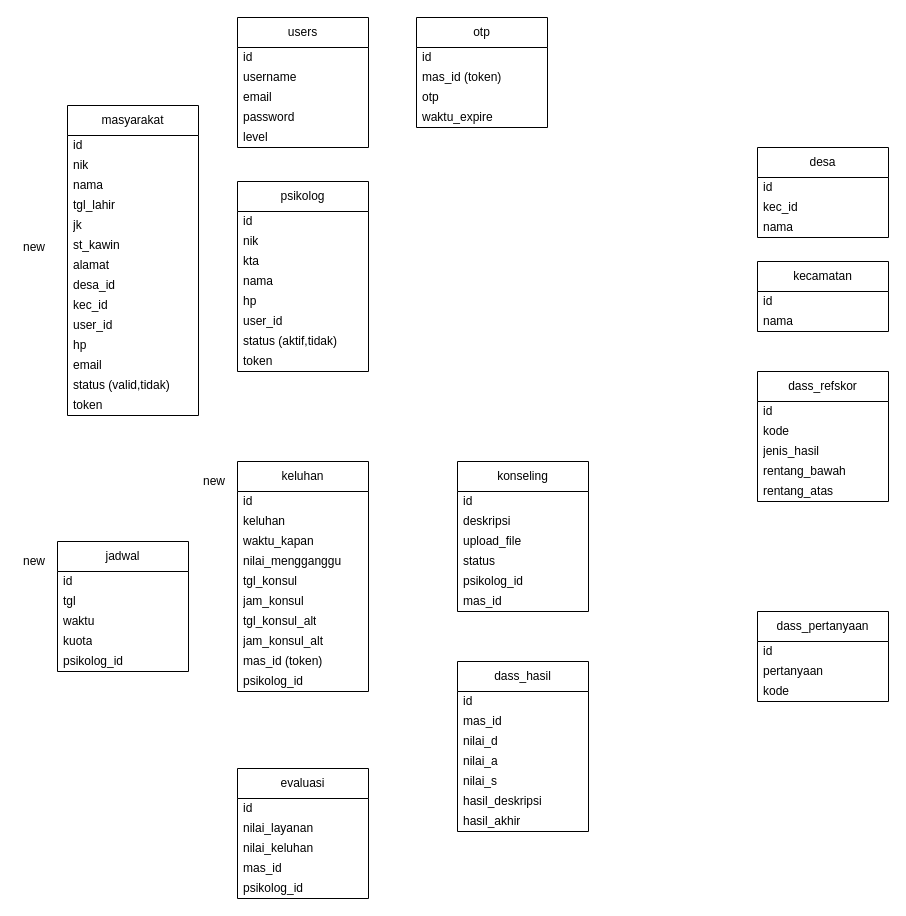
Above: env_designs/erd_dmb.drawio in zeneight/drawio (draw.io), before the change. Source tidied: cells renumbered, new cells numbered last; positions are measured from the earlier drawing's top-left corner, leaving out a move shared by most shapes. Both pictures are drawn from the tidied source at 100%, with x=0, y=0 at pixel (17, 17).
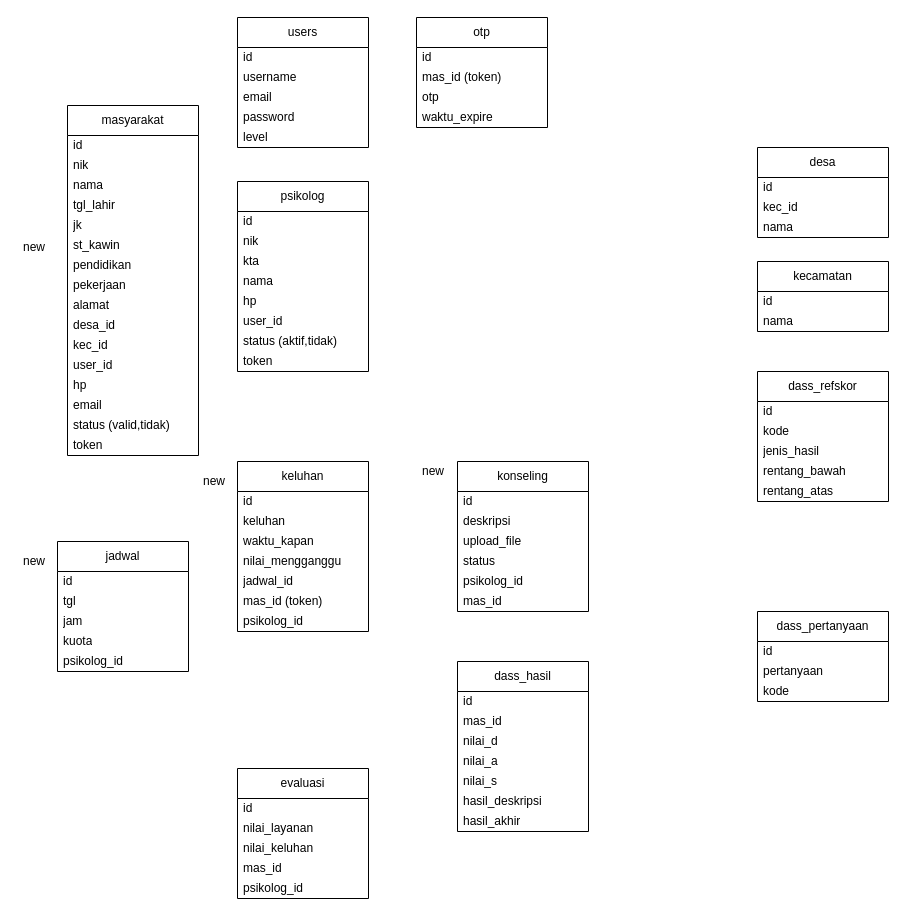
The same page after the edit.

Unchanged cells that the change refers to:
```xml
<mxCell id="32" value="jadwal" style="swimlane;fontStyle=0;horizontal=1;startSize=30;whiteSpace=wrap;html=1;" parent="1" vertex="1">
  <mxGeometry x="40" y="524" width="131" height="130" as="geometry" />
</mxCell>
```

What changed in the source:
```diff
@@
     <mxCell id="2" value="masyarakat" style="swimlane;fontStyle=0;horizontal=1;startSize=30;whiteSpace=wrap;html=1;" parent="1" vertex="1">
-      <mxGeometry x="50" y="88" width="131" height="310" as="geometry" />
+      <mxGeometry x="50" y="88" width="131" height="350" as="geometry" />
     </mxCell>
@@
+    <mxCell id="95" value="pendidikan" style="text;strokeColor=none;fillColor=none;align=left;verticalAlign=middle;spacingLeft=4;spacingRight=4;overflow=hidden;whiteSpace=wrap;html=1;" parent="2" vertex="1">
+      <mxGeometry y="150" width="131" height="20" as="geometry" />
+    </mxCell>
+    <mxCell id="96" value="pekerjaan" style="text;strokeColor=none;fillColor=none;align=left;verticalAlign=middle;spacingLeft=4;spacingRight=4;overflow=hidden;whiteSpace=wrap;html=1;" parent="2" vertex="1">
+      <mxGeometry y="170" width="131" height="20" as="geometry" />
+    </mxCell>
     <mxCell id="9" value="alamat" style="text;strokeColor=none;fillColor=none;align=left;verticalAlign=middle;spacingLeft=4;spacingRight=4;overflow=hidden;whiteSpace=wrap;html=1;" parent="2" vertex="1">
-      <mxGeometry y="150" width="131" height="20" as="geometry" />
+      <mxGeometry y="190" width="131" height="20" as="geometry" />
     </mxCell>
     <mxCell id="10" value="desa_id" style="text;strokeColor=none;fillColor=none;align=left;verticalAlign=middle;spacingLeft=4;spacingRight=4;overflow=hidden;whiteSpace=wrap;html=1;" parent="2" vertex="1">
-      <mxGeometry y="170" width="131" height="20" as="geometry" />
+      <mxGeometry y="210" width="131" height="20" as="geometry" />
     </mxCell>
     <mxCell id="11" value="kec_id" style="text;strokeColor=none;fillColor=none;align=left;verticalAlign=middle;spacingLeft=4;spacingRight=4;overflow=hidden;whiteSpace=wrap;html=1;" parent="2" vertex="1">
-      <mxGeometry y="190" width="131" height="20" as="geometry" />
+      <mxGeometry y="230" width="131" height="20" as="geometry" />
     </mxCell>
     <mxCell id="12" value="user_id" style="text;strokeColor=none;fillColor=none;align=left;verticalAlign=middle;spacingLeft=4;spacingRight=4;overflow=hidden;whiteSpace=wrap;html=1;" parent="2" vertex="1">
-      <mxGeometry y="210" width="131" height="20" as="geometry" />
+      <mxGeometry y="250" width="131" height="20" as="geometry" />
     </mxCell>
     <mxCell id="13" value="hp" style="text;strokeColor=none;fillColor=none;align=left;verticalAlign=middle;spacingLeft=4;spacingRight=4;overflow=hidden;whiteSpace=wrap;html=1;" parent="2" vertex="1">
-      <mxGeometry y="230" width="131" height="20" as="geometry" />
+      <mxGeometry y="270" width="131" height="20" as="geometry" />
     </mxCell>
     <mxCell id="14" value="email" style="text;strokeColor=none;fillColor=none;align=left;verticalAlign=middle;spacingLeft=4;spacingRight=4;overflow=hidden;whiteSpace=wrap;html=1;" parent="2" vertex="1">
-      <mxGeometry y="250" width="131" height="20" as="geometry" />
+      <mxGeometry y="290" width="131" height="20" as="geometry" />
     </mxCell>
     <mxCell id="15" value="status (valid,tidak)" style="text;strokeColor=none;fillColor=none;align=left;verticalAlign=middle;spacingLeft=4;spacingRight=4;overflow=hidden;whiteSpace=wrap;html=1;" parent="2" vertex="1">
-      <mxGeometry y="270" width="131" height="20" as="geometry" />
+      <mxGeometry y="310" width="131" height="20" as="geometry" />
     </mxCell>
     <mxCell id="16" value="token" style="text;strokeColor=none;fillColor=none;align=left;verticalAlign=middle;spacingLeft=4;spacingRight=4;overflow=hidden;whiteSpace=wrap;html=1;" parent="2" vertex="1">
-      <mxGeometry y="290" width="131" height="20" as="geometry" />
+      <mxGeometry y="330" width="131" height="20" as="geometry" />
     </mxCell>
@@
-    <mxCell id="35" value="waktu" style="text;strokeColor=none;fillColor=none;align=left;verticalAlign=middle;spacingLeft=4;spacingRight=4;overflow=hidden;whiteSpace=wrap;html=1;" parent="32" vertex="1">
+    <mxCell id="35" value="jam" style="text;strokeColor=none;fillColor=none;align=left;verticalAlign=middle;spacingLeft=4;spacingRight=4;overflow=hidden;whiteSpace=wrap;html=1;" parent="32" vertex="1">
       <mxGeometry y="70" width="131" height="20" as="geometry" />
     </mxCell>
@@
     <mxCell id="38" value="keluhan" style="swimlane;fontStyle=0;horizontal=1;startSize=30;whiteSpace=wrap;html=1;" parent="1" vertex="1">
-      <mxGeometry x="220" y="444" width="131" height="230" as="geometry" />
+      <mxGeometry x="220" y="444" width="131" height="170" as="geometry" />
     </mxCell>
@@
-    <mxCell id="43" value="tgl_konsul" style="text;strokeColor=none;fillColor=none;align=left;verticalAlign=middle;spacingLeft=4;spacingRight=4;overflow=hidden;whiteSpace=wrap;html=1;" parent="38" vertex="1">
-      <mxGeometry y="110" width="131" height="20" as="geometry" />
-    </mxCell>
-    <mxCell id="44" value="jam_konsul" style="text;strokeColor=none;fillColor=none;align=left;verticalAlign=middle;spacingLeft=4;spacingRight=4;overflow=hidden;whiteSpace=wrap;html=1;" parent="38" vertex="1">
-      <mxGeometry y="130" width="131" height="20" as="geometry" />
+    <mxCell id="44" value="jadwal_id" style="text;strokeColor=none;fillColor=none;align=left;verticalAlign=middle;spacingLeft=4;spacingRight=4;overflow=hidden;whiteSpace=wrap;html=1;" parent="38" vertex="1">
+      <mxGeometry y="110" width="131" height="20" as="geometry" />
     </mxCell>
-    <mxCell id="45" value="tgl_konsul_alt" style="text;strokeColor=none;fillColor=none;align=left;verticalAlign=middle;spacingLeft=4;spacingRight=4;overflow=hidden;whiteSpace=wrap;html=1;" parent="38" vertex="1">
-      <mxGeometry y="150" width="131" height="20" as="geometry" />
-    </mxCell>
-    <mxCell id="46" value="jam_konsul_alt" style="text;strokeColor=none;fillColor=none;align=left;verticalAlign=middle;spacingLeft=4;spacingRight=4;overflow=hidden;whiteSpace=wrap;html=1;" parent="38" vertex="1">
-      <mxGeometry y="170" width="131" height="20" as="geometry" />
-    </mxCell>
     <mxCell id="47" value="mas_id (token)" style="text;strokeColor=none;fillColor=none;align=left;verticalAlign=middle;spacingLeft=4;spacingRight=4;overflow=hidden;whiteSpace=wrap;html=1;" parent="38" vertex="1">
-      <mxGeometry y="190" width="131" height="20" as="geometry" />
+      <mxGeometry y="130" width="131" height="20" as="geometry" />
     </mxCell>
     <mxCell id="48" value="psikolog_id" style="text;strokeColor=none;fillColor=none;align=left;verticalAlign=middle;spacingLeft=4;spacingRight=4;overflow=hidden;whiteSpace=wrap;html=1;" parent="38" vertex="1">
-      <mxGeometry y="210" width="131" height="20" as="geometry" />
+      <mxGeometry y="150" width="131" height="20" as="geometry" />
     </mxCell>
@@
+    <mxCell id="97" value="new" style="text;strokeColor=none;fillColor=none;align=left;verticalAlign=middle;spacingLeft=4;spacingRight=4;overflow=hidden;whiteSpace=wrap;html=1;" parent="1" vertex="1">
+      <mxGeometry x="399" y="444" width="50" height="20" as="geometry" />
+    </mxCell>
```
